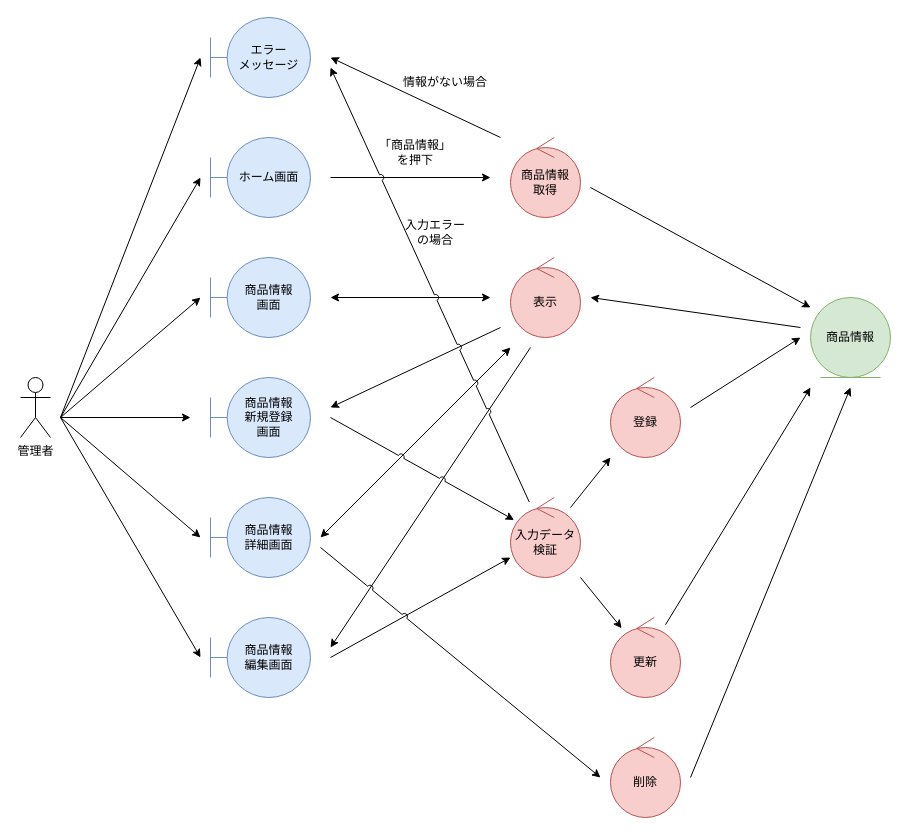
This is page "商品情報管理" (1 of 2) of 各種設計書/3ロバストネス図/在庫管理/在庫管理.drawio from HaruShim/Sotuken, a draw.io file, before an edit. Source tidied: cells renumbered, new cells numbered last; positions are measured from the earlier drawing's top-left corner, leaving out a move shared by most shapes. Both pictures are drawn from the tidied source at 100%, with x=0, y=0 at pixel (20, 17).
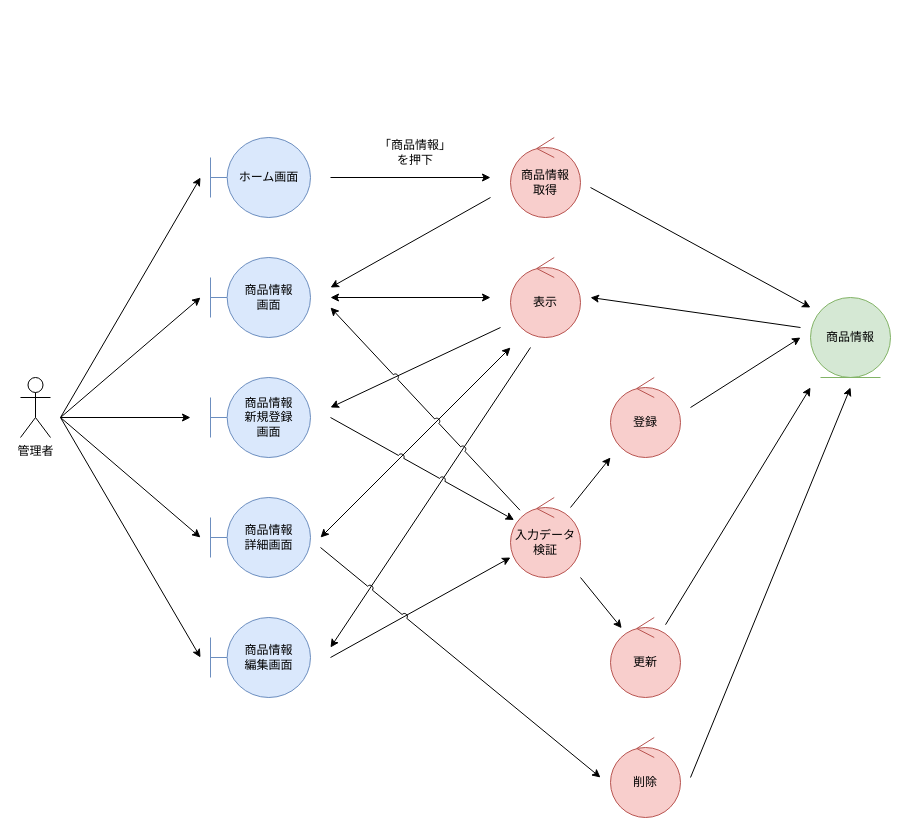
After the change.

Unchanged cells that the change refers to:
```xml
<mxCell id="26" value="入力データ検証" style="ellipse;shape=umlControl;whiteSpace=wrap;html=1;fillColor=#f8cecc;strokeColor=#b85450;" parent="1" vertex="1">
  <mxGeometry x="490" y="480" width="70" height="80" as="geometry" />
</mxCell>
```

Diff of the diagram source:
```diff
@@
-    <mxCell id="22" value="エラー&lt;br&gt;メッセージ" style="shape=umlBoundary;whiteSpace=wrap;html=1;fillColor=#dae8fc;strokeColor=#6c8ebf;" parent="1" vertex="1">
-      <mxGeometry x="190" width="100" height="80" as="geometry" />
-    </mxCell>
     <mxCell id="23" style="endArrow=classic;html=1;rounded=0;" parent="1" edge="1">
       <mxGeometry relative="1" as="geometry">
-        <mxPoint x="480" y="120" as="sourcePoint" />
-        <mxPoint x="310" y="40" as="targetPoint" />
+        <mxPoint x="470" y="180" as="sourcePoint" />
+        <mxPoint x="310" y="270" as="targetPoint" />
       </mxGeometry>
     </mxCell>
-    <mxCell id="24" style="endArrow=classic;html=1;rounded=0;" parent="1" edge="1">
-      <mxGeometry relative="1" as="geometry">
-        <mxPoint x="40" y="400" as="sourcePoint" />
-        <mxPoint x="180" y="40" as="targetPoint" />
-      </mxGeometry>
-    </mxCell>
-    <mxCell id="25" value="情報がない場合" style="text;html=1;strokeColor=none;fillColor=none;align=center;verticalAlign=middle;whiteSpace=wrap;rounded=0;" parent="1" vertex="1">
-      <mxGeometry x="380" y="50" width="90" height="30" as="geometry" />
-    </mxCell>
@@
     <mxCell id="37" style="endArrow=classic;html=1;rounded=0;jumpStyle=arc;" parent="1" edge="1" source="26">
       <mxGeometry relative="1" as="geometry">
-        <mxPoint x="310" y="50" as="targetPoint" />
+        <mxPoint x="310" y="290" as="targetPoint" />
       </mxGeometry>
     </mxCell>
-    <mxCell id="38" value="入力エラー&lt;br&gt;の場合" style="text;html=1;strokeColor=none;fillColor=none;align=center;verticalAlign=middle;whiteSpace=wrap;rounded=0;" parent="1" vertex="1">
-      <mxGeometry x="370" y="200" width="90" height="30" as="geometry" />
-    </mxCell>
```
